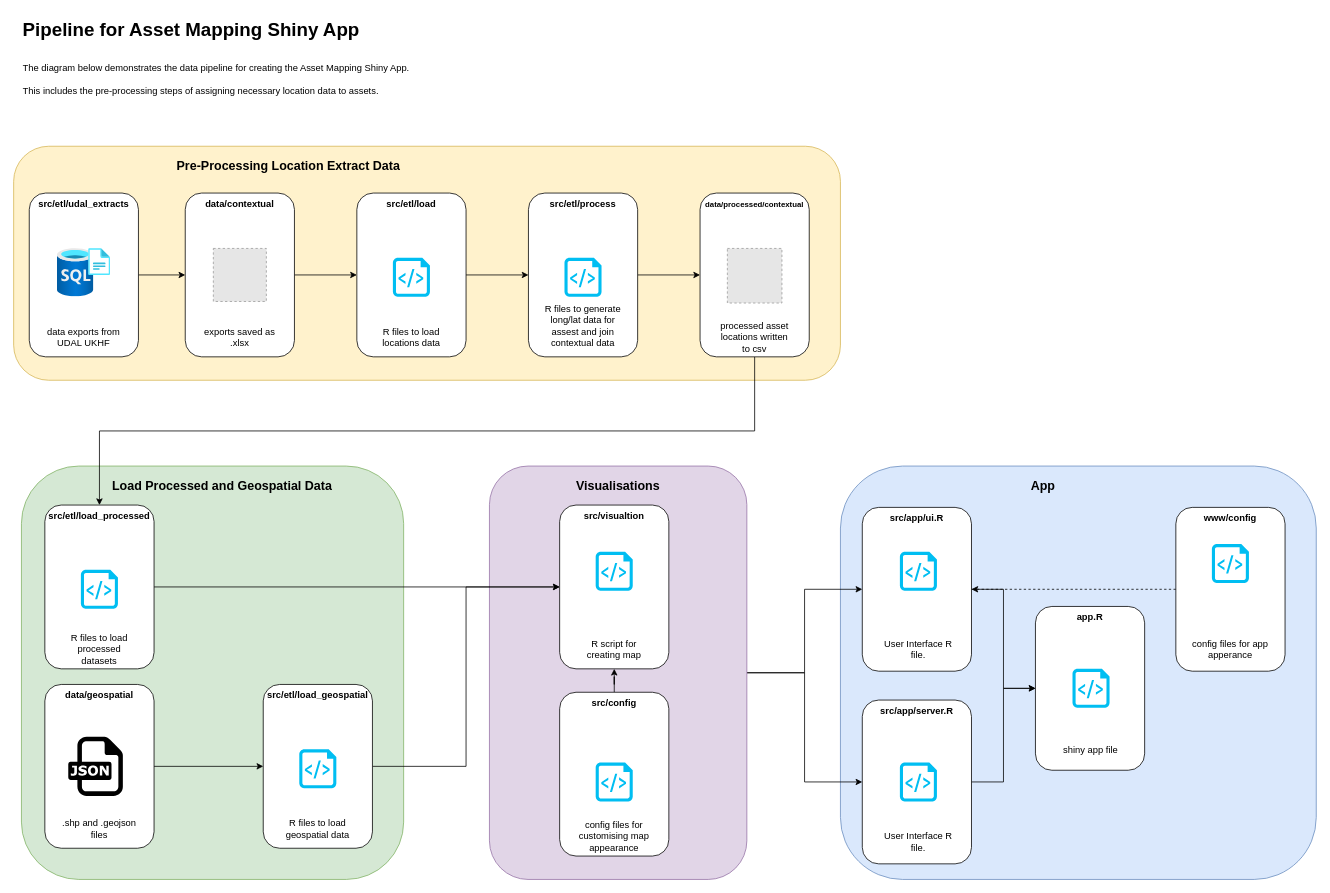
Earlier version of the draw.io diagram images/pipeline.drawio (NHS-Transformation-Unit/asset_mapping). Source tidied: cells renumbered, new cells numbered last; positions are measured from the earlier drawing's top-left corner, leaving out a move shared by most shapes. Both pictures are drawn from the tidied source at 78%, with x=0, y=0 at pixel (13, 13). Pictures stored in the file or linked from it are replaced by grey dashed boxes.
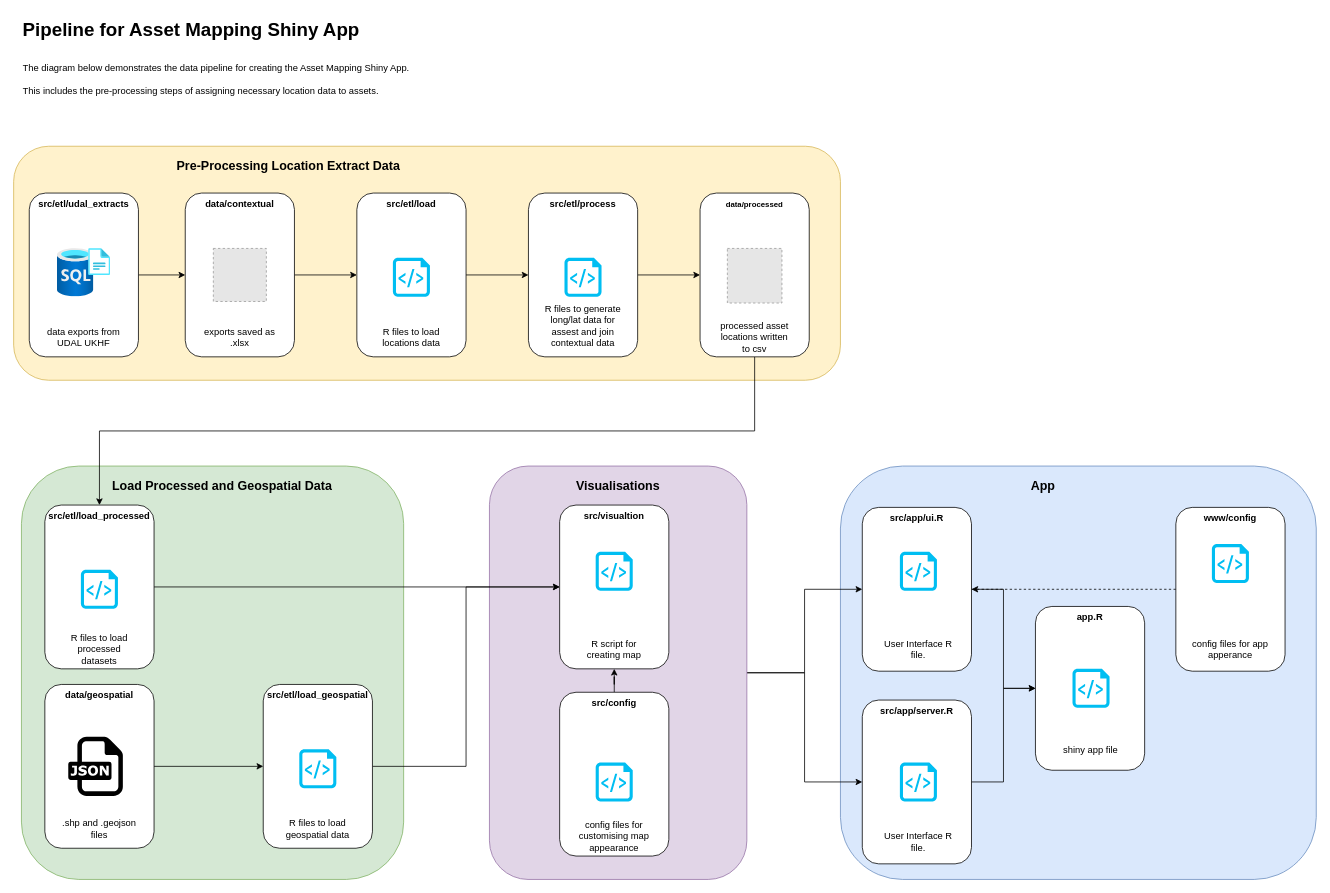
After the change.

Change to the diagram source:
```diff
@@
-    <mxCell id="26" value="&lt;font style=&quot;font-size: 10px;&quot;&gt;data/processed/contextual&lt;/font&gt;" style="rounded=1;whiteSpace=wrap;html=1;verticalAlign=top;fontStyle=1;" parent="1" vertex="1">
+    <mxCell id="26" value="&lt;font style=&quot;font-size: 10px;&quot;&gt;data/processed&lt;/font&gt;" style="rounded=1;whiteSpace=wrap;html=1;verticalAlign=top;fontStyle=1;" parent="1" vertex="1">
       <mxGeometry x="880" y="230" width="140" height="210" as="geometry" />
     </mxCell>
```
